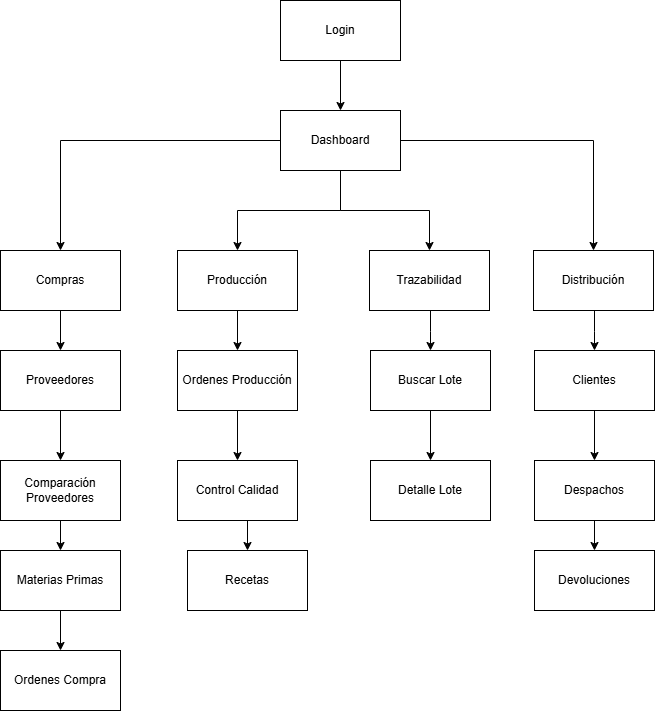
Earlier version of the draw.io export MAPA_NAVEGACION/Mapa_Navegacion_Casetch_SCM.png (oscark2209/proyecto-sena). Source tidied: cells renumbered, new cells last; positions are measured from the earlier drawing's top-left corner, leaving out a move shared by most shapes.
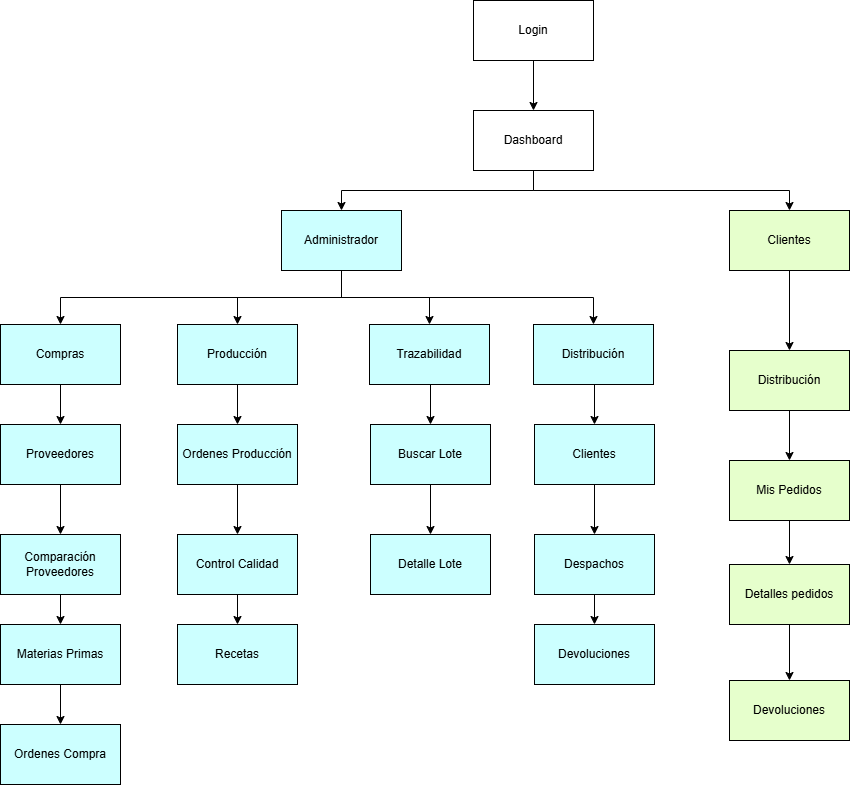
After the change.

Commit message:
subida mapa de navegacion

Change to the diagram source:
```diff
@@ -3,113 +3,149 @@
     <mxCell id="0" />
     <mxCell id="1" parent="0" />
     <mxCell id="2" value="Login" style="rounded=0;whiteSpace=wrap;html=1;" parent="1" vertex="1">
-      <mxGeometry x="280" width="120" height="60" as="geometry" />
+      <mxGeometry x="473" y="-74" width="120" height="60" as="geometry" />
     </mxCell>
-    <mxCell id="3" style="edgeStyle=orthogonalEdgeStyle;rounded=0;jettySize=auto;html=1;" parent="1" edge="1" source="7" target="10">
-      <mxGeometry relative="1" as="geometry" />
-    </mxCell>
-    <mxCell id="4" style="edgeStyle=orthogonalEdgeStyle;rounded=0;jettySize=auto;html=1;exitX=0.5;exitY=1;exitDx=0;exitDy=0;" parent="1" edge="1" source="7" target="12">
-      <mxGeometry relative="1" as="geometry" />
-    </mxCell>
-    <mxCell id="5" style="edgeStyle=orthogonalEdgeStyle;rounded=0;jettySize=auto;html=1;entryX=0.5;entryY=0;entryDx=0;entryDy=0;" parent="1" edge="1" source="7" target="14">
-      <mxGeometry relative="1" as="geometry" />
-    </mxCell>
-    <mxCell id="6" style="edgeStyle=orthogonalEdgeStyle;rounded=0;jettySize=auto;html=1;exitX=0.5;exitY=1;exitDx=0;exitDy=0;entryX=0.5;entryY=0;entryDx=0;entryDy=0;" parent="1" edge="1" source="7" target="16">
-      <mxGeometry relative="1" as="geometry" />
-    </mxCell>
+    <mxCell id="37" style="edgeStyle=orthogonalEdgeStyle;rounded=0;jettySize=auto;html=1;exitX=0.5;exitY=1;exitDx=0;exitDy=0;entryX=0.5;entryY=0;entryDx=0;entryDy=0;" parent="1" edge="1" source="7" target="45">
+      <mxGeometry relative="1" as="geometry" />
+    </mxCell>
+    <mxCell id="38" style="edgeStyle=orthogonalEdgeStyle;rounded=0;jettySize=auto;html=1;exitX=0.5;exitY=1;exitDx=0;exitDy=0;" parent="1" edge="1" source="7" target="40">
+      <mxGeometry relative="1" as="geometry" />
+    </mxCell>
     <mxCell id="7" value="Dashboard" style="rounded=0;whiteSpace=wrap;html=1;" parent="1" vertex="1">
-      <mxGeometry x="280" y="110" width="120" height="60" as="geometry" />
+      <mxGeometry x="473" y="36" width="120" height="60" as="geometry" />
     </mxCell>
     <mxCell id="8" style="endArrow=classic;html=1;rounded=0;" parent="1" edge="1" source="2" target="7">
       <mxGeometry relative="1" as="geometry" />
     </mxCell>
-    <mxCell id="9" style="edgeStyle=orthogonalEdgeStyle;rounded=0;jettySize=auto;html=1;exitX=0.5;exitY=1;exitDx=0;exitDy=0;entryX=0.5;entryY=0;entryDx=0;entryDy=0;" parent="1" edge="1" source="10" target="18">
+    <mxCell id="9" style="edgeStyle=orthogonalEdgeStyle;rounded=0;jettySize=auto;html=1;exitX=0.5;exitY=1;exitDx=0;exitDy=0;entryX=0.5;entryY=0;entryDx=0;entryDy=0;fillColor=#CCFFFF;" parent="1" edge="1" source="10" target="18">
       <mxGeometry relative="1" as="geometry" />
     </mxCell>
-    <mxCell id="10" value="Compras" style="rounded=0;whiteSpace=wrap;html=1;" parent="1" vertex="1">
+    <mxCell id="10" value="Compras" style="rounded=0;whiteSpace=wrap;html=1;fillColor=#CCFFFF;" parent="1" vertex="1">
       <mxGeometry y="250" width="120" height="60" as="geometry" />
     </mxCell>
-    <mxCell id="11" style="edgeStyle=orthogonalEdgeStyle;rounded=0;jettySize=auto;html=1;exitX=0.5;exitY=1;exitDx=0;exitDy=0;entryX=0.5;entryY=0;entryDx=0;entryDy=0;" parent="1" edge="1" source="12" target="20">
+    <mxCell id="11" style="edgeStyle=orthogonalEdgeStyle;rounded=0;jettySize=auto;html=1;exitX=0.5;exitY=1;exitDx=0;exitDy=0;entryX=0.5;entryY=0;entryDx=0;entryDy=0;fillColor=#CCFFFF;" parent="1" edge="1" source="12" target="20">
       <mxGeometry relative="1" as="geometry" />
     </mxCell>
-    <mxCell id="12" value="Producción" style="rounded=0;whiteSpace=wrap;html=1;" parent="1" vertex="1">
+    <mxCell id="12" value="Producción" style="rounded=0;whiteSpace=wrap;html=1;fillColor=#CCFFFF;" parent="1" vertex="1">
       <mxGeometry x="177" y="250" width="120" height="60" as="geometry" />
     </mxCell>
-    <mxCell id="13" style="edgeStyle=orthogonalEdgeStyle;rounded=0;jettySize=auto;html=1;exitX=0.5;exitY=1;exitDx=0;exitDy=0;entryX=0.5;entryY=0;entryDx=0;entryDy=0;" parent="1" edge="1" target="24">
+    <mxCell id="13" style="edgeStyle=orthogonalEdgeStyle;rounded=0;jettySize=auto;html=1;exitX=0.5;exitY=1;exitDx=0;exitDy=0;entryX=0.5;entryY=0;entryDx=0;entryDy=0;fillColor=#CCFFFF;" parent="1" edge="1" target="24">
       <mxGeometry relative="1" as="geometry">
         <mxPoint x="594" y="310" as="sourcePoint" />
       </mxGeometry>
     </mxCell>
-    <mxCell id="14" value="Distribución" style="rounded=0;whiteSpace=wrap;html=1;" parent="1" vertex="1">
+    <mxCell id="14" value="Distribución" style="rounded=0;whiteSpace=wrap;html=1;fillColor=#CCFFFF;" parent="1" vertex="1">
       <mxGeometry x="533" y="250" width="120" height="60" as="geometry" />
     </mxCell>
-    <mxCell id="15" style="edgeStyle=orthogonalEdgeStyle;rounded=0;jettySize=auto;html=1;" parent="1" edge="1" target="22">
+    <mxCell id="15" style="edgeStyle=orthogonalEdgeStyle;rounded=0;jettySize=auto;html=1;fillColor=#CCFFFF;" parent="1" edge="1" target="22">
       <mxGeometry relative="1" as="geometry">
         <mxPoint x="430" y="310" as="sourcePoint" />
       </mxGeometry>
     </mxCell>
-    <mxCell id="16" value="Trazabilidad" style="rounded=0;whiteSpace=wrap;html=1;" parent="1" vertex="1">
+    <mxCell id="16" value="Trazabilidad" style="rounded=0;whiteSpace=wrap;html=1;fillColor=#CCFFFF;" parent="1" vertex="1">
       <mxGeometry x="369" y="250" width="120" height="60" as="geometry" />
     </mxCell>
-    <mxCell id="17" style="edgeStyle=orthogonalEdgeStyle;rounded=0;jettySize=auto;html=1;exitX=0.5;exitY=1;exitDx=0;exitDy=0;entryX=0.5;entryY=0;entryDx=0;entryDy=0;" parent="1" edge="1" source="18" target="26">
+    <mxCell id="17" style="edgeStyle=orthogonalEdgeStyle;rounded=0;jettySize=auto;html=1;exitX=0.5;exitY=1;exitDx=0;exitDy=0;entryX=0.5;entryY=0;entryDx=0;entryDy=0;fillColor=#CCFFFF;" parent="1" edge="1" source="18" target="26">
       <mxGeometry relative="1" as="geometry" />
     </mxCell>
-    <mxCell id="18" value="Proveedores" style="rounded=0;whiteSpace=wrap;html=1;" parent="1" vertex="1">
+    <mxCell id="18" value="Proveedores" style="rounded=0;whiteSpace=wrap;html=1;fillColor=#CCFFFF;" parent="1" vertex="1">
       <mxGeometry y="350" width="120" height="60" as="geometry" />
     </mxCell>
-    <mxCell id="19" style="edgeStyle=orthogonalEdgeStyle;rounded=0;jettySize=auto;html=1;exitX=0.5;exitY=1;exitDx=0;exitDy=0;" parent="1" edge="1" source="20" target="28">
+    <mxCell id="19" style="edgeStyle=orthogonalEdgeStyle;rounded=0;jettySize=auto;html=1;exitX=0.5;exitY=1;exitDx=0;exitDy=0;fillColor=#CCFFFF;" parent="1" edge="1" source="20" target="28">
       <mxGeometry relative="1" as="geometry" />
     </mxCell>
-    <mxCell id="20" value="Ordenes Producción" style="rounded=0;whiteSpace=wrap;html=1;" parent="1" vertex="1">
+    <mxCell id="20" value="Ordenes Producción" style="rounded=0;whiteSpace=wrap;html=1;fillColor=#CCFFFF;" parent="1" vertex="1">
       <mxGeometry x="177" y="350" width="120" height="60" as="geometry" />
     </mxCell>
-    <mxCell id="21" style="edgeStyle=orthogonalEdgeStyle;rounded=0;jettySize=auto;html=1;exitX=0.5;exitY=1;exitDx=0;exitDy=0;entryX=0.5;entryY=0;entryDx=0;entryDy=0;" parent="1" edge="1" source="22" target="29">
+    <mxCell id="21" style="edgeStyle=orthogonalEdgeStyle;rounded=0;jettySize=auto;html=1;exitX=0.5;exitY=1;exitDx=0;exitDy=0;entryX=0.5;entryY=0;entryDx=0;entryDy=0;fillColor=#CCFFFF;" parent="1" edge="1" source="22" target="29">
       <mxGeometry relative="1" as="geometry" />
     </mxCell>
-    <mxCell id="22" value="Buscar Lote" style="rounded=0;whiteSpace=wrap;html=1;" parent="1" vertex="1">
+    <mxCell id="22" value="Buscar Lote" style="rounded=0;whiteSpace=wrap;html=1;fillColor=#CCFFFF;" parent="1" vertex="1">
       <mxGeometry x="370" y="350" width="120" height="60" as="geometry" />
     </mxCell>
-    <mxCell id="23" style="edgeStyle=orthogonalEdgeStyle;rounded=0;jettySize=auto;html=1;exitX=0.5;exitY=1;exitDx=0;exitDy=0;entryX=0.5;entryY=0;entryDx=0;entryDy=0;" parent="1" edge="1" source="24" target="31">
+    <mxCell id="23" style="edgeStyle=orthogonalEdgeStyle;rounded=0;jettySize=auto;html=1;exitX=0.5;exitY=1;exitDx=0;exitDy=0;entryX=0.5;entryY=0;entryDx=0;entryDy=0;fillColor=#CCFFFF;" parent="1" edge="1" source="24" target="31">
       <mxGeometry relative="1" as="geometry" />
     </mxCell>
-    <mxCell id="24" value="Clientes" style="rounded=0;whiteSpace=wrap;html=1;" parent="1" vertex="1">
+    <mxCell id="24" value="Clientes" style="rounded=0;whiteSpace=wrap;html=1;fillColor=#CCFFFF;" parent="1" vertex="1">
       <mxGeometry x="534" y="350" width="120" height="60" as="geometry" />
     </mxCell>
-    <mxCell id="25" style="edgeStyle=orthogonalEdgeStyle;rounded=0;jettySize=auto;html=1;exitX=0.5;exitY=1;exitDx=0;exitDy=0;entryX=0.5;entryY=0;entryDx=0;entryDy=0;" parent="1" edge="1" source="26" target="33">
+    <mxCell id="25" style="edgeStyle=orthogonalEdgeStyle;rounded=0;jettySize=auto;html=1;exitX=0.5;exitY=1;exitDx=0;exitDy=0;entryX=0.5;entryY=0;entryDx=0;entryDy=0;fillColor=#CCFFFF;" parent="1" edge="1" source="26" target="33">
       <mxGeometry relative="1" as="geometry" />
     </mxCell>
-    <mxCell id="26" value="Comparación Proveedores" style="rounded=0;whiteSpace=wrap;html=1;" parent="1" vertex="1">
+    <mxCell id="26" value="Comparación Proveedores" style="rounded=0;whiteSpace=wrap;html=1;fillColor=#CCFFFF;" parent="1" vertex="1">
       <mxGeometry y="460" width="120" height="60" as="geometry" />
     </mxCell>
-    <mxCell id="27" style="edgeStyle=orthogonalEdgeStyle;rounded=0;jettySize=auto;html=1;exitX=0.5;exitY=1;exitDx=0;exitDy=0;entryX=0.5;entryY=0;entryDx=0;entryDy=0;" parent="1" edge="1" source="28" target="34">
+    <mxCell id="27" style="edgeStyle=orthogonalEdgeStyle;rounded=0;jettySize=auto;html=1;exitX=0.5;exitY=1;exitDx=0;exitDy=0;entryX=0.5;entryY=0;entryDx=0;entryDy=0;fillColor=#CCFFFF;" parent="1" edge="1" source="28" target="34">
       <mxGeometry relative="1" as="geometry" />
     </mxCell>
-    <mxCell id="28" value="Control Calidad" style="rounded=0;whiteSpace=wrap;html=1;" parent="1" vertex="1">
+    <mxCell id="28" value="Control Calidad" style="rounded=0;whiteSpace=wrap;html=1;fillColor=#CCFFFF;" parent="1" vertex="1">
       <mxGeometry x="177" y="460" width="120" height="60" as="geometry" />
     </mxCell>
-    <mxCell id="29" value="Detalle Lote" style="rounded=0;whiteSpace=wrap;html=1;" parent="1" vertex="1">
+    <mxCell id="29" value="Detalle Lote" style="rounded=0;whiteSpace=wrap;html=1;fillColor=#CCFFFF;" parent="1" vertex="1">
       <mxGeometry x="370" y="460" width="120" height="60" as="geometry" />
     </mxCell>
-    <mxCell id="30" style="edgeStyle=orthogonalEdgeStyle;rounded=0;jettySize=auto;html=1;exitX=0.5;exitY=1;exitDx=0;exitDy=0;entryX=0.5;entryY=0;entryDx=0;entryDy=0;" parent="1" edge="1" source="31" target="35">
+    <mxCell id="30" style="edgeStyle=orthogonalEdgeStyle;rounded=0;jettySize=auto;html=1;exitX=0.5;exitY=1;exitDx=0;exitDy=0;entryX=0.5;entryY=0;entryDx=0;entryDy=0;fillColor=#CCFFFF;" parent="1" edge="1" source="31" target="35">
       <mxGeometry relative="1" as="geometry" />
     </mxCell>
-    <mxCell id="31" value="Despachos" style="rounded=0;whiteSpace=wrap;html=1;" parent="1" vertex="1">
+    <mxCell id="31" value="Despachos" style="rounded=0;whiteSpace=wrap;html=1;fillColor=#CCFFFF;" parent="1" vertex="1">
       <mxGeometry x="534" y="460" width="120" height="60" as="geometry" />
     </mxCell>
-    <mxCell id="32" style="edgeStyle=orthogonalEdgeStyle;rounded=0;jettySize=auto;html=1;exitX=0.5;exitY=1;exitDx=0;exitDy=0;entryX=0.5;entryY=0;entryDx=0;entryDy=0;" parent="1" edge="1" source="33" target="36">
+    <mxCell id="32" style="edgeStyle=orthogonalEdgeStyle;rounded=0;jettySize=auto;html=1;exitX=0.5;exitY=1;exitDx=0;exitDy=0;entryX=0.5;entryY=0;entryDx=0;entryDy=0;fillColor=#CCFFFF;" parent="1" edge="1" source="33" target="36">
       <mxGeometry relative="1" as="geometry" />
     </mxCell>
-    <mxCell id="33" value="Materias Primas" style="rounded=0;whiteSpace=wrap;html=1;" parent="1" vertex="1">
+    <mxCell id="33" value="Materias Primas" style="rounded=0;whiteSpace=wrap;html=1;fillColor=#CCFFFF;" parent="1" vertex="1">
       <mxGeometry y="550" width="120" height="60" as="geometry" />
     </mxCell>
-    <mxCell id="34" value="Recetas&lt;span style=&quot;color: rgba(0, 0, 0, 0); font-family: monospace; font-size: 0px; text-align: start; text-wrap-mode: nowrap;&quot;&gt;%3CmxGraphModel%3E%3Croot%3E%3CmxCell%20id%3D%220%22%2F%3E%3CmxCell%20id%3D%221%22%20parent%3D%220%22%2F%3E%3CmxCell%20id%3D%222%22%20parent%3D%221%22%20style%3D%22rounded%3D0%3BwhiteSpace%3Dwrap%3Bhtml%3D1%3B%22%20value%3D%22Materias%20Primas%22%20vertex%3D%221%22%3E%3CmxGeometry%20height%3D%2260%22%20width%3D%22120%22%20x%3D%2250%22%20y%3D%22470%22%20as%3D%22geometry%22%2F%3E%3C%2FmxCell%3E%3C%2Froot%3E%3C%2FmxGraphModel%3E&lt;/span&gt;" style="rounded=0;whiteSpace=wrap;html=1;" parent="1" vertex="1">
-      <mxGeometry x="187" y="550" width="120" height="60" as="geometry" />
+    <mxCell id="34" value="Recetas&lt;span style=&quot;color: rgba(0, 0, 0, 0); font-family: monospace; font-size: 0px; text-align: start; text-wrap-mode: nowrap;&quot;&gt;%3CmxGraphModel%3E%3Croot%3E%3CmxCell%20id%3D%220%22%2F%3E%3CmxCell%20id%3D%221%22%20parent%3D%220%22%2F%3E%3CmxCell%20id%3D%222%22%20parent%3D%221%22%20style%3D%22rounded%3D0%3BwhiteSpace%3Dwrap%3Bhtml%3D1%3B%22%20value%3D%22Materias%20Primas%22%20vertex%3D%221%22%3E%3CmxGeometry%20height%3D%2260%22%20width%3D%22120%22%20x%3D%2250%22%20y%3D%22470%22%20as%3D%22geometry%22%2F%3E%3C%2FmxCell%3E%3C%2Froot%3E%3C%2FmxGraphModel%3E&lt;/span&gt;" style="rounded=0;whiteSpace=wrap;html=1;fillColor=#CCFFFF;" parent="1" vertex="1">
+      <mxGeometry x="177" y="550" width="120" height="60" as="geometry" />
     </mxCell>
-    <mxCell id="35" value="Devoluciones" style="rounded=0;whiteSpace=wrap;html=1;" parent="1" vertex="1">
+    <mxCell id="35" value="Devoluciones" style="rounded=0;whiteSpace=wrap;html=1;fillColor=#CCFFFF;" parent="1" vertex="1">
       <mxGeometry x="534" y="550" width="120" height="60" as="geometry" />
     </mxCell>
-    <mxCell id="36" value="Ordenes Compra" style="rounded=0;whiteSpace=wrap;html=1;" parent="1" vertex="1">
+    <mxCell id="36" value="Ordenes Compra" style="rounded=0;whiteSpace=wrap;html=1;fillColor=#CCFFFF;" parent="1" vertex="1">
       <mxGeometry y="650" width="120" height="60" as="geometry" />
     </mxCell>
+    <mxCell id="39" style="edgeStyle=orthogonalEdgeStyle;rounded=0;jettySize=auto;html=1;exitX=0.5;exitY=1;exitDx=0;exitDy=0;" parent="1" edge="1" source="40" target="47">
+      <mxGeometry relative="1" as="geometry" />
+    </mxCell>
+    <mxCell id="40" value="Clientes" style="rounded=0;whiteSpace=wrap;html=1;fillColor=#E6FFCC;" parent="1" vertex="1">
+      <mxGeometry x="729" y="136" width="120" height="60" as="geometry" />
+    </mxCell>
+    <mxCell id="41" style="edgeStyle=orthogonalEdgeStyle;rounded=0;jettySize=auto;html=1;exitX=0.5;exitY=1;exitDx=0;exitDy=0;entryX=0.5;entryY=0;entryDx=0;entryDy=0;" parent="1" edge="1" source="45" target="10">
+      <mxGeometry relative="1" as="geometry" />
+    </mxCell>
+    <mxCell id="42" style="edgeStyle=orthogonalEdgeStyle;rounded=0;jettySize=auto;html=1;exitX=0.5;exitY=1;exitDx=0;exitDy=0;entryX=0.5;entryY=0;entryDx=0;entryDy=0;" parent="1" edge="1" source="45" target="12">
+      <mxGeometry relative="1" as="geometry" />
+    </mxCell>
+    <mxCell id="43" style="edgeStyle=orthogonalEdgeStyle;rounded=0;jettySize=auto;html=1;exitX=0.5;exitY=1;exitDx=0;exitDy=0;" parent="1" edge="1" source="45" target="16">
+      <mxGeometry relative="1" as="geometry" />
+    </mxCell>
+    <mxCell id="44" style="edgeStyle=orthogonalEdgeStyle;rounded=0;jettySize=auto;html=1;exitX=0.5;exitY=1;exitDx=0;exitDy=0;entryX=0.5;entryY=0;entryDx=0;entryDy=0;" parent="1" edge="1" source="45" target="14">
+      <mxGeometry relative="1" as="geometry" />
+    </mxCell>
+    <mxCell id="45" value="Administrador" style="rounded=0;whiteSpace=wrap;html=1;fillColor=#CCFFFF;" parent="1" vertex="1">
+      <mxGeometry x="281" y="136" width="120" height="60" as="geometry" />
+    </mxCell>
+    <mxCell id="46" style="edgeStyle=orthogonalEdgeStyle;rounded=0;jettySize=auto;html=1;exitX=0.5;exitY=1;exitDx=0;exitDy=0;entryX=0.5;entryY=0;entryDx=0;entryDy=0;" parent="1" edge="1" source="47" target="49">
+      <mxGeometry relative="1" as="geometry" />
+    </mxCell>
+    <mxCell id="47" value="Distribución" style="rounded=0;whiteSpace=wrap;html=1;fillColor=#E6FFCC;" parent="1" vertex="1">
+      <mxGeometry x="729" y="276" width="120" height="60" as="geometry" />
+    </mxCell>
+    <mxCell id="48" style="edgeStyle=orthogonalEdgeStyle;rounded=0;jettySize=auto;html=1;exitX=0.5;exitY=1;exitDx=0;exitDy=0;entryX=0.5;entryY=0;entryDx=0;entryDy=0;" parent="1" edge="1" source="49" target="51">
+      <mxGeometry relative="1" as="geometry" />
+    </mxCell>
+    <mxCell id="49" value="Mis Pedidos" style="rounded=0;whiteSpace=wrap;html=1;fillColor=#E6FFCC;" parent="1" vertex="1">
+      <mxGeometry x="729" y="386" width="120" height="60" as="geometry" />
+    </mxCell>
+    <mxCell id="50" style="edgeStyle=orthogonalEdgeStyle;rounded=0;jettySize=auto;html=1;exitX=0.5;exitY=1;exitDx=0;exitDy=0;" parent="1" edge="1" source="51" target="52">
+      <mxGeometry relative="1" as="geometry" />
+    </mxCell>
+    <mxCell id="51" value="Detalles pedidos" style="rounded=0;whiteSpace=wrap;html=1;fillColor=#E6FFCC;" parent="1" vertex="1">
+      <mxGeometry x="729" y="490" width="120" height="60" as="geometry" />
+    </mxCell>
+    <mxCell id="52" value="Devoluciones" style="rounded=0;whiteSpace=wrap;html=1;fillColor=#E6FFCC;" parent="1" vertex="1">
+      <mxGeometry x="729" y="606" width="120" height="60" as="geometry" />
+    </mxCell>
   </root>
 </mxGraphModel>
```
